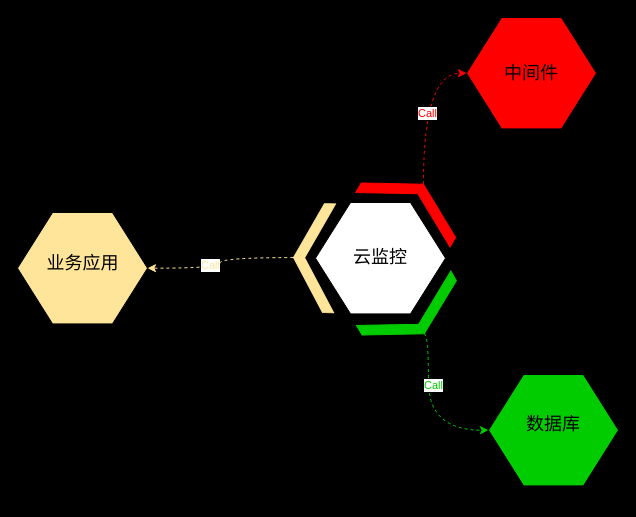
Above: 未命名绘图.drawio in qiangyin/zipkin-server (draw.io), before the change. Source tidied: cells renumbered, new cells numbered last; positions are measured from the earlier drawing's top-left corner, leaving out a move shared by most shapes. Both pictures are drawn from the tidied source at 100%, with x=0, y=0 at pixel (17, 17).
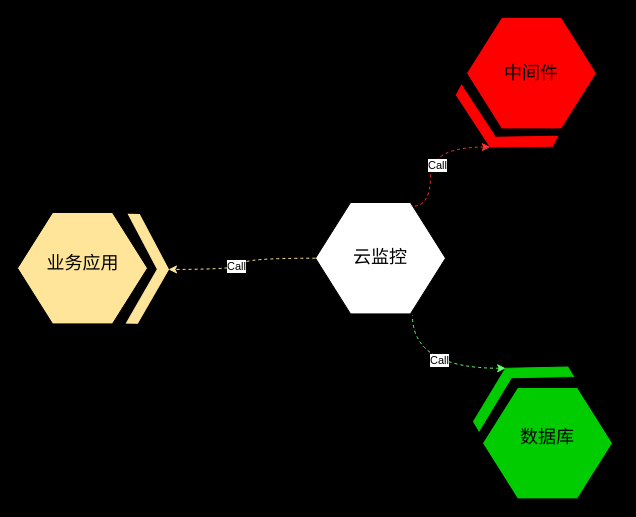
Above is the later version.

Commit message:
已添加 未命名绘图.drawio

Unchanged cells that the change refers to:
```xml
<mxCell id="3" style="verticalLabelPosition=bottom;verticalAlign=top;html=1;shape=hexagon;perimeter=hexagonPerimeter2;arcSize=6;size=0.27;" parent="1" vertex="1">
  <mxGeometry x="298" y="185" width="130" height="111.4" as="geometry" />
</mxCell>
<mxCell id="9" style="verticalLabelPosition=bottom;verticalAlign=top;html=1;shape=hexagon;perimeter=hexagonPerimeter2;arcSize=6;size=0.27;fillColor=#FF0000;" parent="1" vertex="1">
  <mxGeometry x="449" width="130" height="111.4" as="geometry" />
</mxCell>
<mxCell id="13" style="verticalLabelPosition=bottom;verticalAlign=top;html=1;shape=hexagon;perimeter=hexagonPerimeter2;arcSize=6;size=0.27;fillColor=#FFE599;" parent="1" vertex="1">
  <mxGeometry y="195" width="130" height="111.4" as="geometry" />
</mxCell>
```

What changed in the source:
```diff
@@
-    <mxCell id="2" style="html=1;shadow=0;dashed=0;align=center;verticalAlign=middle;shape=mxgraph.arrows2.arrow;dy=0;dx=30;notch=30;direction=west;rotation=120;fillColor=#FF0000;strokeColor=#FF0000;" parent="1" vertex="1">
-      <mxGeometry x="375.1" y="130.1" width="41.1" height="108.9" as="geometry" />
+    <mxCell id="2" style="html=1;shadow=0;dashed=0;align=center;verticalAlign=middle;shape=mxgraph.arrows2.arrow;dy=0;dx=30;notch=30;direction=east;rotation=118;fillColor=#FF0000;strokeColor=#FF0000;" parent="1" vertex="1">
+      <mxGeometry x="461.9" y="57" width="41.1" height="108.9" as="geometry" />
     </mxCell>
@@
-    <mxCell id="4" style="edgeStyle=orthogonalEdgeStyle;rounded=0;jettySize=auto;html=1;exitX=1;exitY=0.5;exitDx=0;exitDy=0;exitPerimeter=0;entryX=1;entryY=0.5;entryDx=0;entryDy=0;curved=1;dashed=1;strokeColor=#FFE599;" parent="1" edge="1" source="6" target="13">
-      <mxGeometry relative="1" as="geometry" />
-    </mxCell>
-    <mxCell id="5" value="&lt;font color=&quot;#ffe599&quot;&gt;Call&lt;/font&gt;" style="edgeLabel;html=1;align=center;verticalAlign=middle;strokeColor=#FFE599;" parent="4" vertex="1">
-      <mxGeometry x="0.2" y="-3" relative="1" as="geometry" />
-    </mxCell>
-    <mxCell id="6" style="html=1;shadow=0;dashed=0;align=center;verticalAlign=middle;shape=mxgraph.arrows2.arrow;dy=0;dx=30;notch=30;direction=south;rotation=91;fillColor=#FFE599;strokeColor=#FFE599;" parent="1" vertex="1">
-      <mxGeometry x="242.1" y="219.9" width="108.9" height="41.1" as="geometry" />
+    <mxCell id="6" style="html=1;shadow=0;dashed=0;align=center;verticalAlign=middle;shape=mxgraph.arrows2.arrow;dy=0;dx=30;notch=30;direction=north;rotation=91;fillColor=#FFE599;strokeColor=#FFE599;" parent="1" vertex="1">
+      <mxGeometry x="76" y="231" width="108.9" height="41.1" as="geometry" />
     </mxCell>
-    <mxCell id="7" style="html=1;shadow=0;dashed=0;align=center;verticalAlign=middle;shape=mxgraph.arrows2.arrow;dy=0;dx=30;notch=30;direction=north;rotation=150;strokeColor=#00CC00;fillColor=#00CC00;" parent="1" vertex="1">
-      <mxGeometry x="342" y="278" width="108.9" height="41.1" as="geometry" />
+    <mxCell id="7" style="html=1;shadow=0;dashed=0;align=center;verticalAlign=middle;shape=mxgraph.arrows2.arrow;dy=0;dx=30;notch=30;direction=south;rotation=150;strokeColor=#00CC00;fillColor=#00CC00;" parent="1" vertex="1">
+      <mxGeometry x="444" y="348" width="108.9" height="41.1" as="geometry" />
     </mxCell>
@@
     <mxCell id="11" style="verticalLabelPosition=bottom;verticalAlign=top;html=1;shape=hexagon;perimeter=hexagonPerimeter2;arcSize=6;size=0.27;fillColor=#00CC00;" parent="1" vertex="1">
-      <mxGeometry x="471" y="357" width="130" height="111.4" as="geometry" />
+      <mxGeometry x="465" y="370" width="130" height="111.4" as="geometry" />
     </mxCell>
     <mxCell id="12" value="&lt;font style=&quot;font-size: 18px;&quot;&gt;数据库&lt;/font&gt;" style="text;html=1;align=center;verticalAlign=middle;whiteSpace=wrap;rounded=0;" parent="1" vertex="1">
-      <mxGeometry x="506" y="392" width="60" height="30" as="geometry" />
+      <mxGeometry x="500" y="405" width="60" height="30" as="geometry" />
     </mxCell>
@@
-    <mxCell id="15" style="edgeStyle=orthogonalEdgeStyle;rounded=0;jettySize=auto;html=1;exitX=1;exitY=0.5;exitDx=0;exitDy=0;exitPerimeter=0;entryX=0;entryY=0.5;entryDx=0;entryDy=0;curved=1;dashed=1;strokeColor=#FF0000;" parent="1" edge="1" source="2" target="9">
-      <mxGeometry relative="1" as="geometry">
-        <Array as="points">
-          <mxPoint x="406" y="55" />
-          <mxPoint x="449" y="55" />
-        </Array>
-      </mxGeometry>
-    </mxCell>
-    <mxCell id="16" value="&lt;font color=&quot;#ff0000&quot;&gt;Call&lt;/font&gt;" style="edgeLabel;html=1;align=center;verticalAlign=middle;" parent="15" vertex="1">
-      <mxGeometry x="-0.08" y="-4" relative="1" as="geometry" />
-    </mxCell>
-    <mxCell id="17" style="edgeStyle=orthogonalEdgeStyle;rounded=0;jettySize=auto;html=1;exitX=1;exitY=0.5;exitDx=0;exitDy=0;exitPerimeter=0;elbow=vertical;curved=1;strokeColor=#00CC00;dashed=1;entryX=0;entryY=0.5;entryDx=0;entryDy=0;" parent="1" edge="1" source="7" target="11">
-      <mxGeometry relative="1" as="geometry">
-        <Array as="points">
-          <mxPoint x="411" y="316" />
-          <mxPoint x="411" y="413" />
-        </Array>
-      </mxGeometry>
-    </mxCell>
-    <mxCell id="18" value="&lt;font color=&quot;#00cc00&quot;&gt;Call&lt;/font&gt;" style="edgeLabel;html=1;align=center;verticalAlign=middle;" parent="17" vertex="1">
-      <mxGeometry x="-0.01" y="1" relative="1" as="geometry">
-        <mxPoint x="3" y="-25" as="offset" />
-      </mxGeometry>
-    </mxCell>
+    <mxCell id="19" style="edgeStyle=orthogonalEdgeStyle;rounded=0;jettySize=auto;html=1;exitX=0;exitY=0.5;exitDx=0;exitDy=0;entryX=1;entryY=0.5;entryDx=0;entryDy=0;entryPerimeter=0;curved=1;dashed=1;strokeColor=#FFE599;" parent="1" edge="1" source="3" target="6">
+      <mxGeometry relative="1" as="geometry" />
+    </mxCell>
+    <mxCell id="20" value="Call" style="edgeLabel;html=1;align=center;verticalAlign=middle;" parent="19" vertex="1">
+      <mxGeometry x="0.15" y="-3" relative="1" as="geometry" />
+    </mxCell>
+    <mxCell id="21" style="edgeStyle=orthogonalEdgeStyle;rounded=0;jettySize=auto;html=1;exitX=1;exitY=0.5;exitDx=0;exitDy=0;exitPerimeter=0;entryX=0.746;entryY=1.014;entryDx=0;entryDy=0;entryPerimeter=0;curved=1;endArrow=none;endFill=0;startArrow=classic;startFill=1;dashed=1;strokeColor=#66FF66;" parent="1" edge="1" source="7" target="3">
+      <mxGeometry relative="1" as="geometry" />
+    </mxCell>
+    <mxCell id="22" value="Call" style="edgeLabel;html=1;align=center;verticalAlign=middle;" parent="21" vertex="1">
+      <mxGeometry x="-0.08" y="-8" relative="1" as="geometry" />
+    </mxCell>
+    <mxCell id="23" style="edgeStyle=orthogonalEdgeStyle;rounded=0;jettySize=auto;html=1;exitX=1;exitY=0.5;exitDx=0;exitDy=0;exitPerimeter=0;entryX=0.738;entryY=0.036;entryDx=0;entryDy=0;entryPerimeter=0;curved=1;dashed=1;startArrow=classic;startFill=1;endArrow=none;endFill=0;strokeColor=#FF3333;" parent="1" edge="1" source="2" target="3">
+      <mxGeometry relative="1" as="geometry">
+        <Array as="points">
+          <mxPoint x="413" y="130" />
+          <mxPoint x="413" y="189" />
+        </Array>
+      </mxGeometry>
+    </mxCell>
+    <mxCell id="24" value="Call" style="edgeLabel;html=1;align=center;verticalAlign=middle;" parent="23" vertex="1">
+      <mxGeometry x="0.13" y="6" relative="1" as="geometry" />
+    </mxCell>
```
